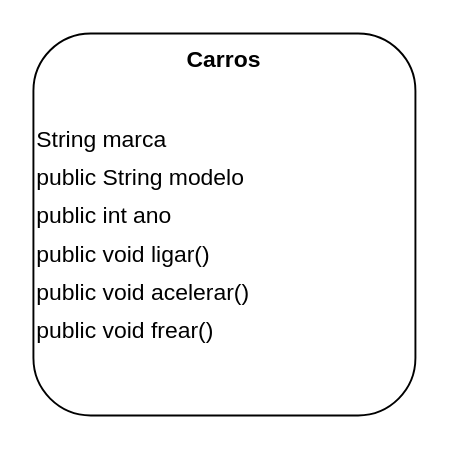
This is UML/Carrps.drawio from cleberkirch86/Prog1-Atividade2, a draw.io file, before an edit. Source tidied: cells renumbered, new cells numbered last; positions are measured from the earlier drawing's top-left corner, leaving out a move shared by most shapes. Both pictures are drawn from the tidied source at 191%, with x=0, y=0 at pixel (32, 32).
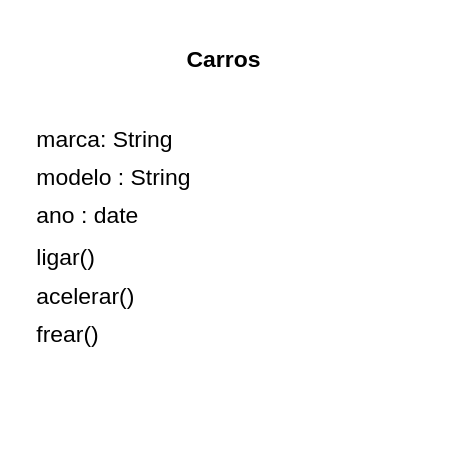
Above is the later version.

The edit, as a diff of the source:
```diff
@@
 <mxGraphModel>
   <root>
     <mxCell id="0" />
     <mxCell id="1" parent="0" />
-    <mxCell id="2" style="rounded=1;whiteSpace=wrap;html=1;" parent="1" vertex="1">
-      <mxGeometry width="200" height="200" as="geometry" />
+    <mxCell id="2" value="Carros" style="text;align=center;fontStyle=1;" parent="1" vertex="1">
+      <mxGeometry width="200" height="40" as="geometry" />
     </mxCell>
-    <mxCell id="3" value="Carros" style="text;align=center;fontStyle=1;" parent="2" vertex="1">
-      <mxGeometry width="200" height="40" as="geometry" />
+    <mxCell id="3" style="line;strokeColor=#000000;" parent="1" edge="1">
+      <mxGeometry x="100" y="140" as="geometry" />
     </mxCell>
-    <mxCell id="4" style="line;strokeColor=#000000;" parent="2" edge="1">
-      <mxGeometry y="40" as="geometry" />
+    <mxCell id="4" value="marca: String" style="text;html=1;" parent="1" vertex="1">
+      <mxGeometry y="42" width="200" height="20" as="geometry" />
     </mxCell>
-    <mxCell id="5" value="String marca" style="text;html=1;" parent="2" vertex="1">
-      <mxGeometry y="42" width="200" height="20" as="geometry" />
+    <mxCell id="5" value="modelo : String" style="text;html=1;" parent="1" vertex="1">
+      <mxGeometry y="62" width="200" height="20" as="geometry" />
     </mxCell>
-    <mxCell id="6" value="public String modelo" style="text;html=1;" parent="2" vertex="1">
-      <mxGeometry y="62" width="200" height="20" as="geometry" />
+    <mxCell id="6" value="ano : date" style="text;html=1;" parent="1" vertex="1">
+      <mxGeometry y="82" width="200" height="20" as="geometry" />
     </mxCell>
-    <mxCell id="7" value="public int ano" style="text;html=1;" parent="2" vertex="1">
-      <mxGeometry y="82" width="200" height="20" as="geometry" />
+    <mxCell id="7" style="line;strokeColor=#000000;" parent="1" edge="1">
+      <mxGeometry x="100" y="202" as="geometry" />
     </mxCell>
-    <mxCell id="8" style="line;strokeColor=#000000;" parent="2" edge="1">
-      <mxGeometry y="100" as="geometry" />
+    <mxCell id="8" value="ligar()" style="text;html=1;" parent="1" vertex="1">
+      <mxGeometry y="104" width="200" height="20" as="geometry" />
     </mxCell>
-    <mxCell id="9" value="public void ligar()" style="text;html=1;" parent="2" vertex="1">
-      <mxGeometry y="102" width="200" height="20" as="geometry" />
+    <mxCell id="9" value="acelerar()" style="text;html=1;" parent="1" vertex="1">
+      <mxGeometry y="124" width="200" height="20" as="geometry" />
     </mxCell>
-    <mxCell id="10" value="public void acelerar()" style="text;html=1;" parent="2" vertex="1">
-      <mxGeometry y="122" width="200" height="20" as="geometry" />
+    <mxCell id="10" value="frear()" style="text;html=1;" parent="1" vertex="1">
+      <mxGeometry y="144" width="200" height="20" as="geometry" />
     </mxCell>
-    <mxCell id="11" value="public void frear()" style="text;html=1;" parent="2" vertex="1">
-      <mxGeometry y="142" width="200" height="20" as="geometry" />
-    </mxCell>
   </root>
 </mxGraphModel>
```
